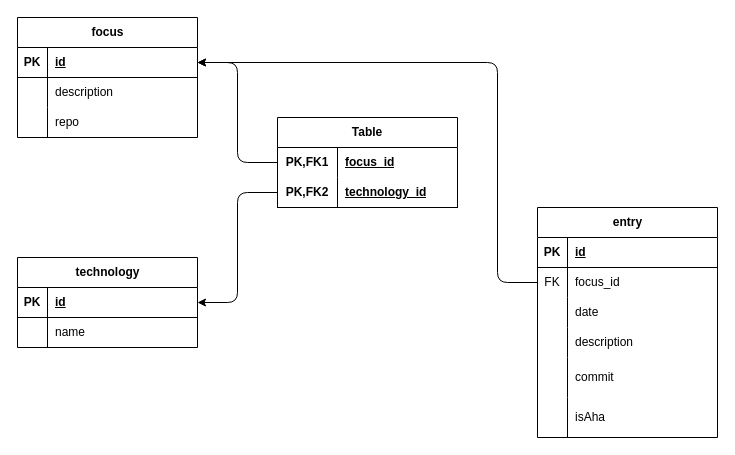
This is Docs/physical-erd-v1.drawio from lyzboy/lyz-game-space, a draw.io file, before an edit. Source tidied: cells renumbered, new cells numbered last; positions are measured from the earlier drawing's top-left corner, leaving out a move shared by most shapes. Both pictures are drawn from the tidied source at 100%, with x=0, y=0 at pixel (17, 17).
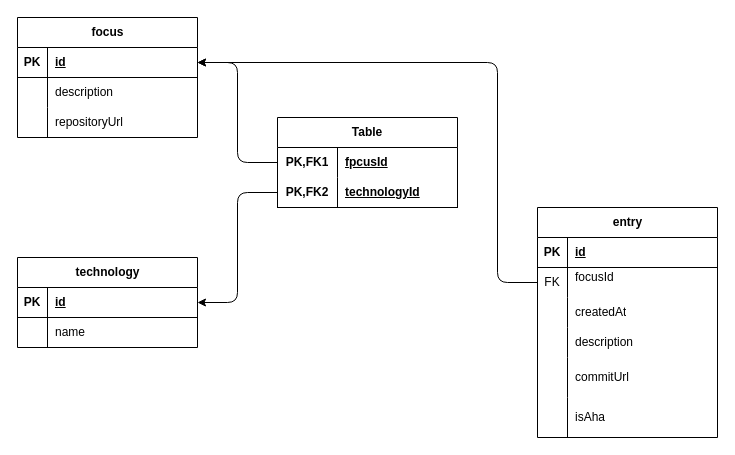
The same page after the edit.

Commit message:
Refactor field names in physical erd

Unchanged cells that the change refers to:
```xml
<mxCell id="9" style="shape=tableRow;horizontal=0;startSize=0;swimlaneHead=0;swimlaneBody=0;fillColor=none;top=0;left=0;right=0;bottom=0;" parent="2" vertex="1">
  <mxGeometry y="90" width="180" height="30" as="geometry" />
</mxCell>
<mxCell id="21" style="shape=tableRow;horizontal=0;startSize=0;swimlaneHead=0;swimlaneBody=0;fillColor=none;points=[[0,0.5],[1,0.5]];portConstraint=eastwest;top=0;left=0;right=0;bottom=0;html=1;" parent="20" vertex="1">
  <mxGeometry y="30" width="180" height="30" as="geometry" />
</mxCell>
<mxCell id="24" style="shape=tableRow;horizontal=0;startSize=0;swimlaneHead=0;swimlaneBody=0;fillColor=none;points=[[0,0.5],[1,0.5]];portConstraint=eastwest;top=0;left=0;right=0;bottom=1;html=1;" parent="20" vertex="1">
  <mxGeometry y="60" width="180" height="30" as="geometry" />
</mxCell>
<mxCell id="32" style="shape=tableRow;horizontal=0;startSize=0;swimlaneHead=0;swimlaneBody=0;fillColor=none;points=[[0,0.5],[1,0.5]];portConstraint=eastwest;top=0;left=0;right=0;bottom=0;" parent="28" vertex="1">
  <mxGeometry y="60" width="180" height="30" as="geometry" />
</mxCell>
<mxCell id="35" style="shape=tableRow;horizontal=0;startSize=0;swimlaneHead=0;swimlaneBody=0;fillColor=none;top=0;left=0;right=0;bottom=0;" parent="28" vertex="1">
  <mxGeometry y="90" width="180" height="30" as="geometry" />
</mxCell>
<mxCell id="41" style="shape=tableRow;horizontal=0;startSize=0;swimlaneHead=0;swimlaneBody=0;fillColor=none;top=0;left=0;right=0;bottom=0;" parent="28" vertex="1">
  <mxGeometry y="150" width="180" height="40" as="geometry" />
</mxCell>
```

What changed in the source:
```diff
@@
-    <mxCell id="11" value="repo" style="shape=partialRectangle;fillColor=none;top=0;left=0;bottom=0;right=0;align=left;spacingLeft=6;overflow=hidden;whiteSpace=wrap;html=1;" parent="9" vertex="1">
+    <mxCell id="11" value="repositoryUrl" style="shape=partialRectangle;fillColor=none;top=0;left=0;bottom=0;right=0;align=left;spacingLeft=6;overflow=hidden;whiteSpace=wrap;html=1;" parent="9" vertex="1">
       <mxGeometry x="30" width="150" height="30" as="geometry" />
     </mxCell>
@@
-    <mxCell id="23" value="focus_id" style="shape=partialRectangle;fillColor=none;top=0;left=0;bottom=0;right=0;align=left;spacingLeft=6;fontStyle=5;overflow=hidden;html=1;whiteSpace=wrap;" parent="21" vertex="1">
+    <mxCell id="23" value="fpcusId" style="shape=partialRectangle;fillColor=none;top=0;left=0;bottom=0;right=0;align=left;spacingLeft=6;fontStyle=5;overflow=hidden;html=1;whiteSpace=wrap;" parent="21" vertex="1">
       <mxGeometry x="60" width="120" height="30" as="geometry" />
     </mxCell>
@@
-    <mxCell id="26" value="technology_id" style="shape=partialRectangle;fillColor=none;top=0;left=0;bottom=0;right=0;align=left;spacingLeft=6;fontStyle=5;overflow=hidden;html=1;whiteSpace=wrap;" parent="24" vertex="1">
+    <mxCell id="26" value="technologyId" style="shape=partialRectangle;fillColor=none;top=0;left=0;bottom=0;right=0;align=left;spacingLeft=6;fontStyle=5;overflow=hidden;html=1;whiteSpace=wrap;" parent="24" vertex="1">
       <mxGeometry x="60" width="120" height="30" as="geometry" />
     </mxCell>
@@
-    <mxCell id="34" value="focus_id" style="shape=partialRectangle;fillColor=none;top=0;left=0;bottom=0;right=0;align=left;spacingLeft=6;overflow=hidden;whiteSpace=wrap;html=1;" parent="32" vertex="1">
+    <mxCell id="34" value="focusId&lt;div&gt;&lt;br&gt;&lt;/div&gt;" style="shape=partialRectangle;fillColor=none;top=0;left=0;bottom=0;right=0;align=left;spacingLeft=6;overflow=hidden;whiteSpace=wrap;html=1;" parent="32" vertex="1">
       <mxGeometry x="30" width="150" height="30" as="geometry" />
     </mxCell>
@@
-    <mxCell id="37" value="date" style="shape=partialRectangle;fillColor=none;top=0;left=0;bottom=0;right=0;align=left;spacingLeft=6;overflow=hidden;whiteSpace=wrap;html=1;" parent="35" vertex="1">
+    <mxCell id="37" value="createdAt" style="shape=partialRectangle;fillColor=none;top=0;left=0;bottom=0;right=0;align=left;spacingLeft=6;overflow=hidden;whiteSpace=wrap;html=1;" parent="35" vertex="1">
       <mxGeometry x="30" width="150" height="30" as="geometry" />
     </mxCell>
@@
-    <mxCell id="43" value="commit" style="shape=partialRectangle;fillColor=none;top=0;left=0;bottom=0;right=0;align=left;spacingLeft=6;overflow=hidden;whiteSpace=wrap;html=1;" parent="41" vertex="1">
+    <mxCell id="43" value="commitUrl" style="shape=partialRectangle;fillColor=none;top=0;left=0;bottom=0;right=0;align=left;spacingLeft=6;overflow=hidden;whiteSpace=wrap;html=1;" parent="41" vertex="1">
       <mxGeometry x="30" width="150" height="40" as="geometry" />
     </mxCell>
```
